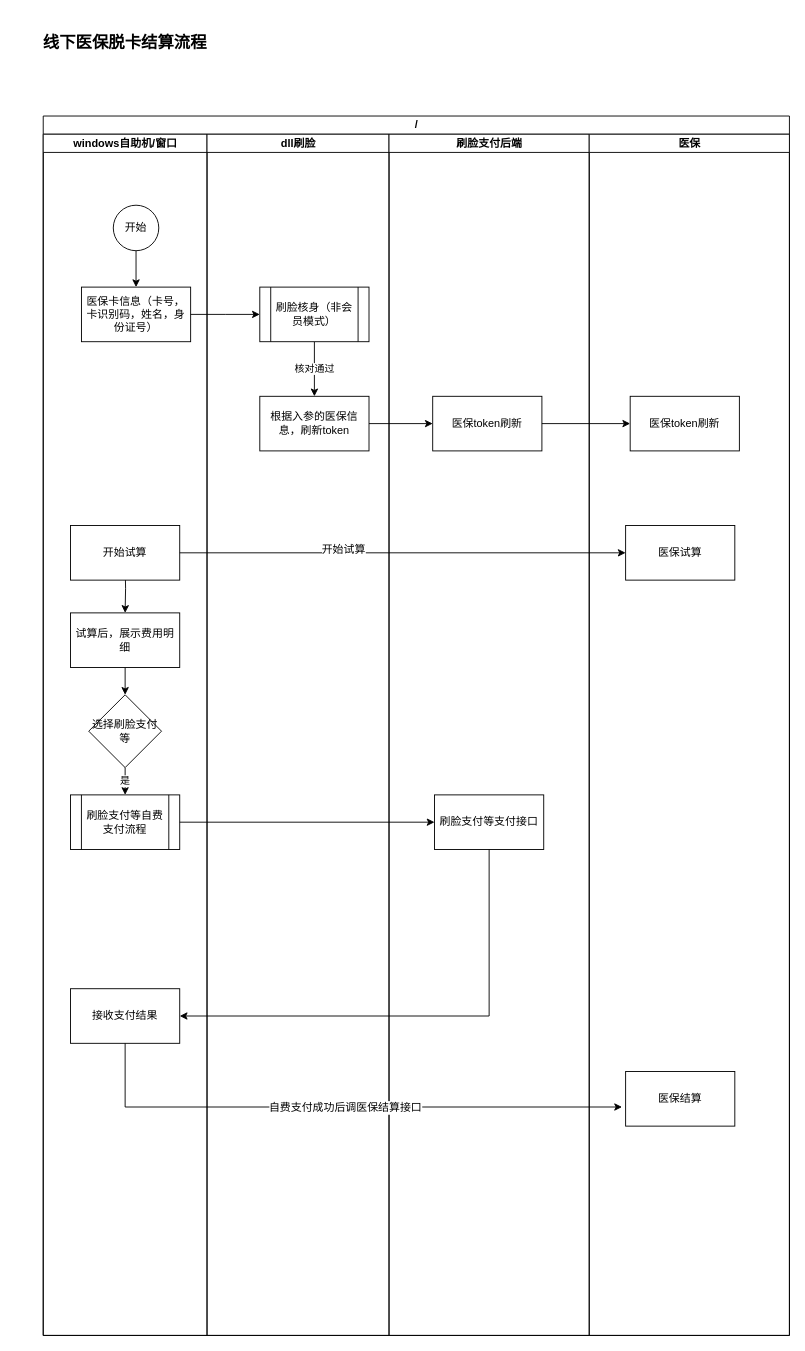
zhangwenhuad/visio keeps this draw.io diagram as 线下医保脱卡结算流程.drawio. Above is the earlier version. Source tidied: cells renumbered, new cells numbered last; positions are measured from the earlier drawing's top-left corner, leaving out a move shared by most shapes. Both pictures are drawn from the tidied source at 91%, with x=0, y=0 at pixel (15, 15).
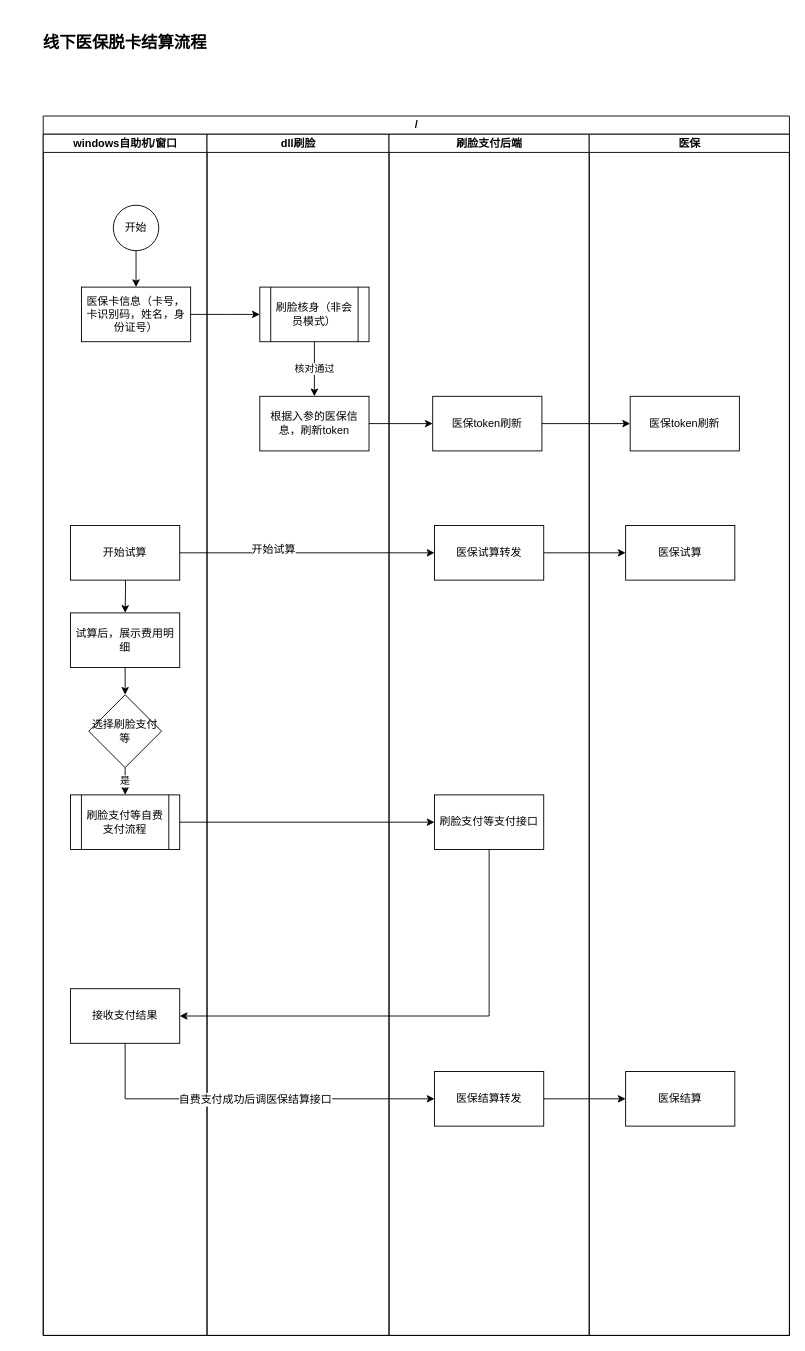
Above is the later version.

Commit message:
Update 线下医保脱卡结算流程.drawio

Unchanged cells that the change refers to:
```xml
<mxCell id="3" value="/" style="swimlane;html=1;startSize=20;" parent="1" vertex="1">
  <mxGeometry x="30" y="110" width="820" height="1340" as="geometry" />
</mxCell>
<mxCell id="12" value="开始试算" style="rounded=0;whiteSpace=wrap;html=1;" parent="4" vertex="1">
  <mxGeometry x="30" y="430" width="120" height="60" as="geometry" />
</mxCell>
<mxCell id="13" value="接收支付结果" style="rounded=0;whiteSpace=wrap;html=1;" parent="4" vertex="1">
  <mxGeometry x="30" y="939" width="120" height="60" as="geometry" />
</mxCell>
<mxCell id="15" value="刷脸支付后端" style="swimlane;html=1;startSize=20;" parent="3" vertex="1">
  <mxGeometry x="380" y="20" width="220" height="1320" as="geometry" />
</mxCell>
<mxCell id="22" value="医保结算" style="rounded=0;whiteSpace=wrap;html=1;" parent="21" vertex="1">
  <mxGeometry x="40" y="1030" width="120" height="60" as="geometry" />
</mxCell>
<mxCell id="23" value="医保试算" style="rounded=0;whiteSpace=wrap;html=1;" parent="21" vertex="1">
  <mxGeometry x="40" y="430" width="120" height="60" as="geometry" />
</mxCell>
```

The edit, as a diff of the source:
```diff
@@
+    <mxCell id="38" value="医保试算转发" style="rounded=0;whiteSpace=wrap;html=1;" parent="15" vertex="1">
+      <mxGeometry x="50" y="430" width="120" height="60" as="geometry" />
+    </mxCell>
+    <mxCell id="39" value="医保结算转发" style="rounded=0;whiteSpace=wrap;html=1;" parent="15" vertex="1">
+      <mxGeometry x="50" y="1030" width="120" height="60" as="geometry" />
+    </mxCell>
@@
-    <mxCell id="18" style="edgeStyle=orthogonalEdgeStyle;rounded=0;jettySize=auto;html=1;entryX=-0.033;entryY=0.65;entryDx=0;entryDy=0;entryPerimeter=0;exitX=0.5;exitY=1;exitDx=0;exitDy=0;" parent="3" edge="1" source="13" target="22">
+    <mxCell id="18" style="edgeStyle=orthogonalEdgeStyle;rounded=0;jettySize=auto;html=1;exitX=0.5;exitY=1;exitDx=0;exitDy=0;entryX=0;entryY=0.5;entryDx=0;entryDy=0;" parent="3" edge="1" source="13" target="39">
       <mxGeometry relative="1" as="geometry">
         <Array as="points">
-          <mxPoint x="90" y="1089" />
+          <mxPoint x="90" y="1080" />
         </Array>
       </mxGeometry>
     </mxCell>
@@
-    <mxCell id="25" style="edgeStyle=orthogonalEdgeStyle;rounded=0;jettySize=auto;html=1;exitX=1;exitY=0.5;exitDx=0;exitDy=0;" parent="3" edge="1" source="12" target="23">
-      <mxGeometry relative="1" as="geometry" />
+    <mxCell id="25" style="edgeStyle=orthogonalEdgeStyle;rounded=0;jettySize=auto;html=1;exitX=1;exitY=0.5;exitDx=0;exitDy=0;" parent="3" edge="1" source="12">
+      <mxGeometry relative="1" as="geometry">
+        <mxPoint x="430" y="480" as="targetPoint" />
+      </mxGeometry>
     </mxCell>
@@
+    <mxCell id="40" style="edgeStyle=orthogonalEdgeStyle;rounded=0;jettySize=auto;html=1;exitX=1;exitY=0.5;exitDx=0;exitDy=0;" parent="3" edge="1" source="38" target="23">
+      <mxGeometry relative="1" as="geometry" />
+    </mxCell>
+    <mxCell id="41" style="edgeStyle=orthogonalEdgeStyle;rounded=0;jettySize=auto;html=1;exitX=1;exitY=0.5;exitDx=0;exitDy=0;entryX=0;entryY=0.5;entryDx=0;entryDy=0;" parent="3" edge="1" source="39" target="22">
+      <mxGeometry relative="1" as="geometry" />
+    </mxCell>
```
